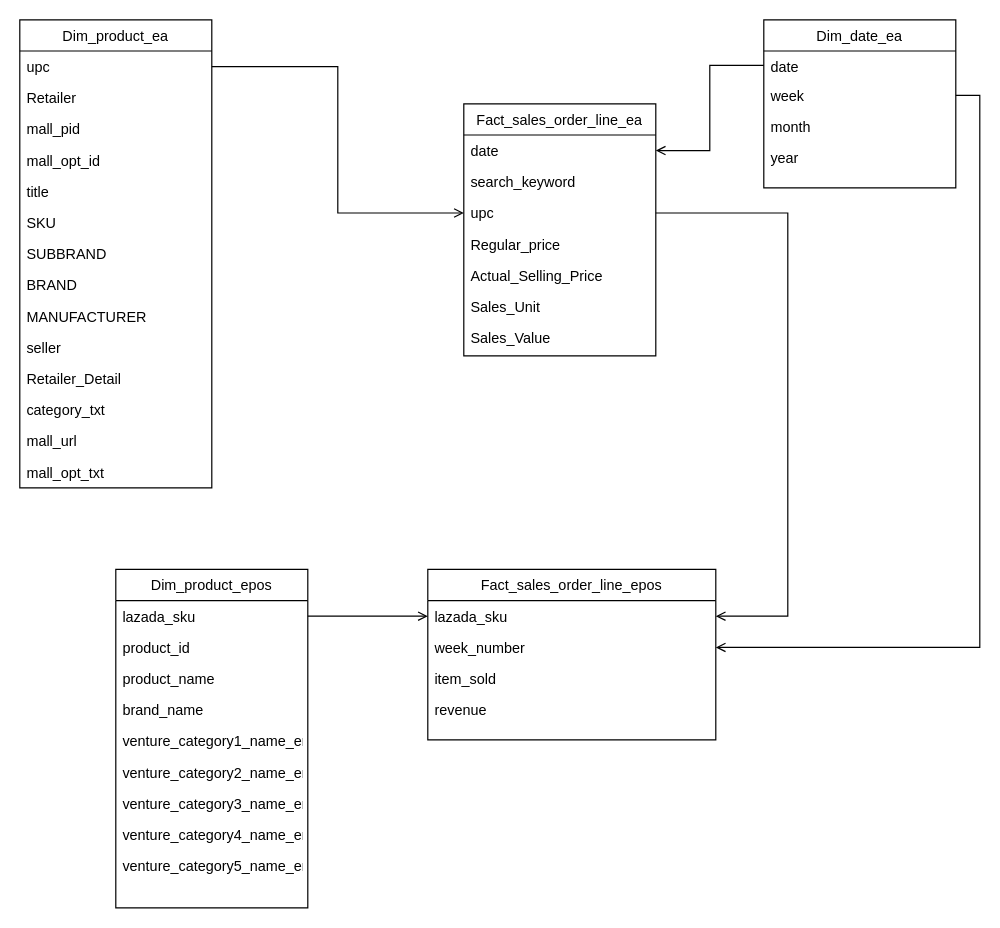
Earlier version of the draw.io diagram NIQ Data Assessment.drawio (DucTran3110/data_warehouse_course). Source tidied: cells renumbered, new cells numbered last; positions are measured from the earlier drawing's top-left corner, leaving out a move shared by most shapes. Both pictures are drawn from the tidied source at 120%, with x=0, y=0 at pixel (19, 19).
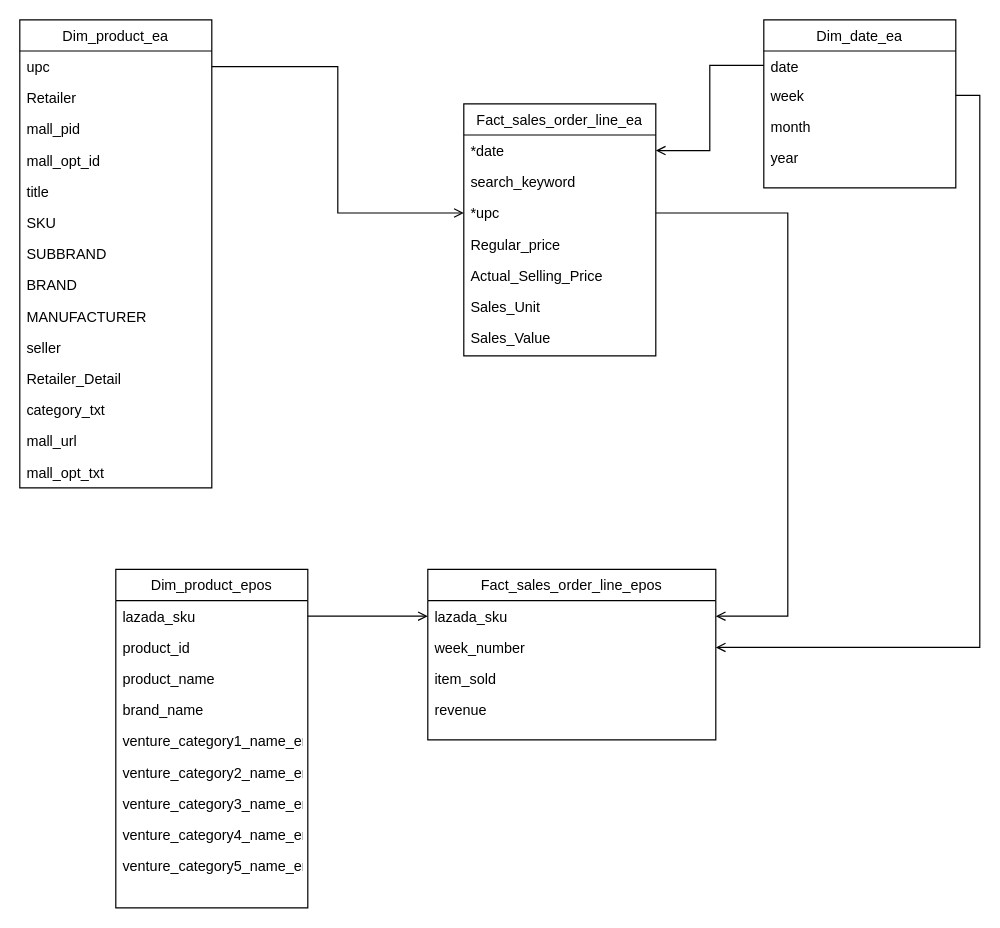
After the change.

The change refers to these unchanged cells:
```xml
<mxCell id="2" value="Fact_sales_order_line_ea" style="swimlane;fontStyle=0;align=center;verticalAlign=top;horizontal=1;startSize=26;rounded=0;shadow=0;strokeWidth=1;" parent="1" vertex="1">
  <mxGeometry x="370" y="70" width="160" height="210" as="geometry" />
</mxCell>
```

Change to the diagram source:
```diff
@@
-    <mxCell id="3" value="date" style="text;align=left;verticalAlign=top;spacingLeft=4;spacingRight=4;overflow=hidden;points=[[0,0.5],[1,0.5]];portConstraint=eastwest;rounded=0;shadow=0;html=0;" parent="2" vertex="1">
+    <mxCell id="3" value="*date" style="text;align=left;verticalAlign=top;spacingLeft=4;spacingRight=4;overflow=hidden;points=[[0,0.5],[1,0.5]];portConstraint=eastwest;rounded=0;shadow=0;html=0;" parent="2" vertex="1">
       <mxGeometry y="26" width="160" height="26" as="geometry" />
     </mxCell>
@@
-    <mxCell id="5" value="upc" style="text;align=left;verticalAlign=top;spacingLeft=4;spacingRight=4;overflow=hidden;points=[[0,0.5],[1,0.5]];portConstraint=eastwest;" parent="2" vertex="1">
+    <mxCell id="5" value="*upc" style="text;align=left;verticalAlign=top;spacingLeft=4;spacingRight=4;overflow=hidden;points=[[0,0.5],[1,0.5]];portConstraint=eastwest;" parent="2" vertex="1">
       <mxGeometry y="78" width="160" height="26" as="geometry" />
     </mxCell>
```
